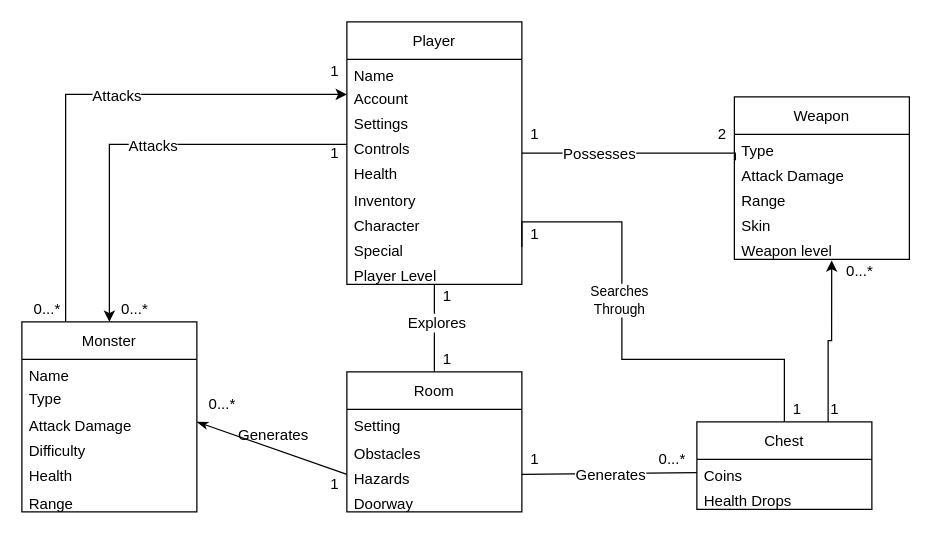
Above: Domain Model M2/Domain Model M2.drawio in jcarpenter48/dungeon_16 (draw.io), before the change. Source tidied: cells renumbered, new cells numbered last; positions are measured from the earlier drawing's top-left corner, leaving out a move shared by most shapes. Both pictures are drawn from the tidied source at 125%, with x=0, y=0 at pixel (21, 21).
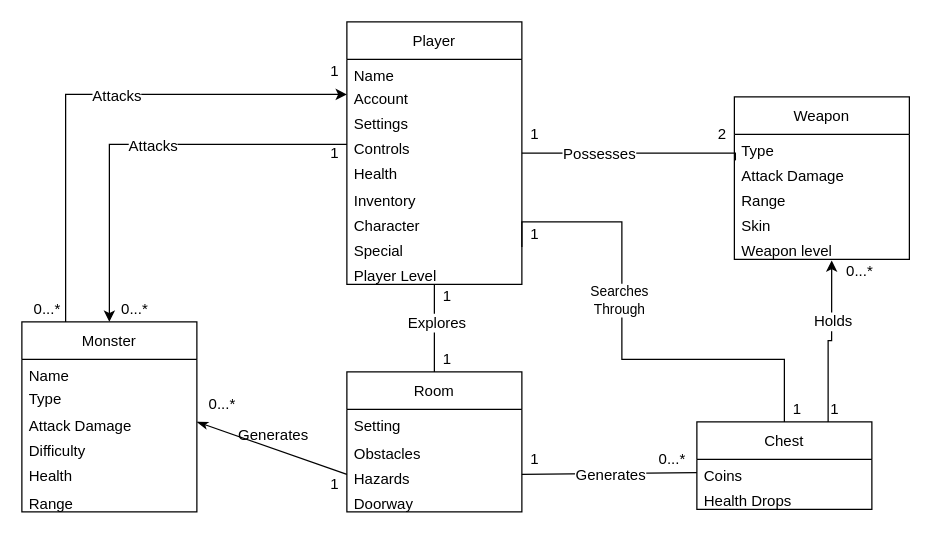
After the change.

Commit message:
Update M2 Domain Model Rough Draft

The change refers to these unchanged cells:
```xml
<mxCell id="36" style="edgeStyle=orthogonalEdgeStyle;rounded=0;jettySize=auto;html=1;exitX=0.75;exitY=0;exitDx=0;exitDy=0;entryX=0.556;entryY=1.04;entryDx=0;entryDy=0;entryPerimeter=0;" parent="1" edge="1" source="37" target="30">
  <mxGeometry relative="1" as="geometry" />
</mxCell>
```

The edit, as a diff of the source:
```diff
@@
+    <mxCell id="64" value="&lt;font style=&quot;font-size: 12px&quot;&gt;Holds&lt;/font&gt;" style="edgeLabel;html=1;align=center;verticalAlign=middle;" parent="36" vertex="1">
+      <mxGeometry x="0.25" y="-1" relative="1" as="geometry" />
+    </mxCell>
```
